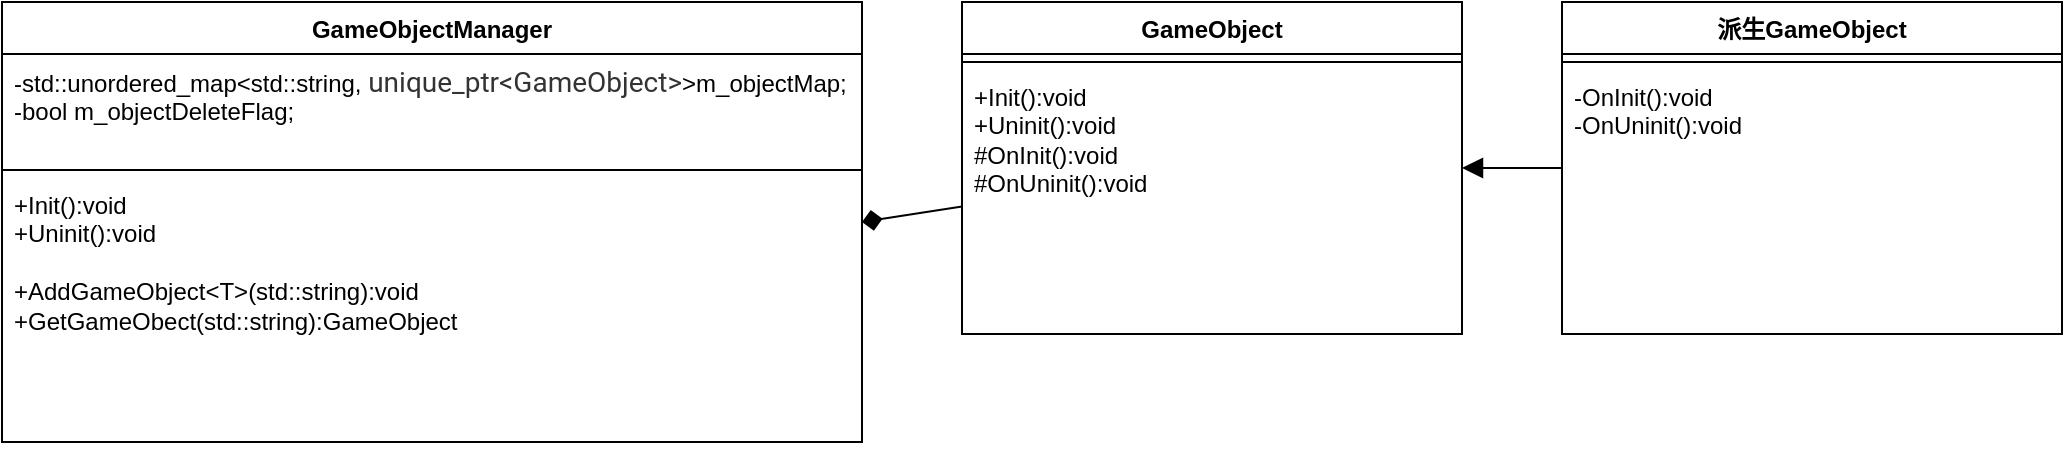
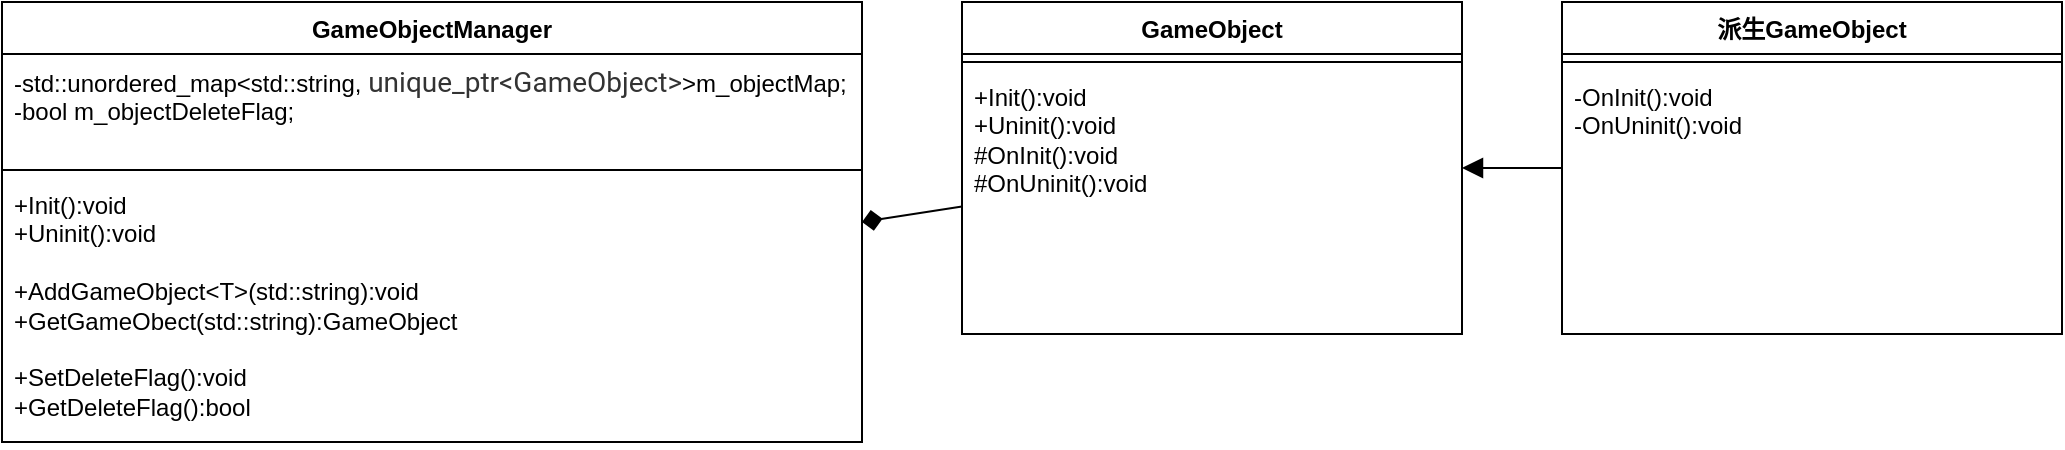
<mxfile host="app.diagrams.net">
  <diagram name="ページ-1" id="3FtfRQ7UO4VPT2bXUK-G">
-     <mxGraphModel dx="4138" dy="1874" grid="1" gridSize="10" guides="1" tooltips="1" connect="1" arrows="1" fold="1" page="1" pageScale="1" pageWidth="827" pageHeight="1169" math="0" shadow="0">
+     <mxGraphModel dx="1427" dy="646" grid="1" gridSize="10" guides="1" tooltips="1" connect="1" arrows="1" fold="1" page="1" pageScale="1" pageWidth="827" pageHeight="1169" math="0" shadow="0">
      <root>
        <mxCell id="0" />
        <mxCell id="1" parent="0" />
        <mxCell id="ejeEYgNNTc2L-esswQbN-6" parent="1" style="swimlane;fontStyle=1;align=center;verticalAlign=top;childLayout=stackLayout;horizontal=1;startSize=26;horizontalStack=0;resizeParent=1;resizeParentMax=0;resizeLast=0;collapsible=1;marginBottom=0;whiteSpace=wrap;html=1;" value="GameObjectManager" vertex="1">
          <mxGeometry height="220" width="430" x="30" y="340" as="geometry">
            <mxRectangle height="30" width="160" x="30" y="340" as="alternateBounds" />
          </mxGeometry>
        </mxCell>
        <mxCell id="ejeEYgNNTc2L-esswQbN-7" parent="ejeEYgNNTc2L-esswQbN-6" style="text;strokeColor=none;fillColor=none;align=left;verticalAlign=top;spacingLeft=4;spacingRight=4;overflow=hidden;rotatable=0;points=[[0,0.5],[1,0.5]];portConstraint=eastwest;whiteSpace=wrap;html=1;" value="-std::unordered_map&amp;lt;std::string,&amp;nbsp;&lt;span style=&quot;color: rgba(0, 0, 0, 0.8); font-family: Roboto, Helvetica, sans-serif; font-size: 14px; line-height: 100%;&quot;&gt;unique_ptr&amp;lt;GameObject&amp;gt;&lt;/span&gt;&amp;gt;m_objectMap;&lt;br&gt;-bool m_objectDeleteFlag;" vertex="1">
          <mxGeometry height="54" width="430" y="26" as="geometry" />
        </mxCell>
        <mxCell id="ejeEYgNNTc2L-esswQbN-8" parent="ejeEYgNNTc2L-esswQbN-6" style="line;strokeWidth=1;fillColor=none;align=left;verticalAlign=middle;spacingTop=-1;spacingLeft=3;spacingRight=3;rotatable=0;labelPosition=right;points=[];portConstraint=eastwest;strokeColor=inherit;" value="" vertex="1">
          <mxGeometry height="8" width="430" y="80" as="geometry" />
        </mxCell>
-         <mxCell id="ejeEYgNNTc2L-esswQbN-9" parent="ejeEYgNNTc2L-esswQbN-6" style="text;strokeColor=none;fillColor=none;align=left;verticalAlign=top;spacingLeft=4;spacingRight=4;overflow=hidden;rotatable=0;points=[[0,0.5],[1,0.5]];portConstraint=eastwest;whiteSpace=wrap;html=1;" value="+Init():void&lt;br&gt;+Uninit():void&lt;br&gt;&lt;br&gt;+AddGameObject&amp;lt;T&amp;gt;(std::string):void&lt;br&gt;+GetGameObect(std::string):GameObject" vertex="1">
+         <mxCell id="ejeEYgNNTc2L-esswQbN-9" parent="ejeEYgNNTc2L-esswQbN-6" style="text;strokeColor=none;fillColor=none;align=left;verticalAlign=top;spacingLeft=4;spacingRight=4;overflow=hidden;rotatable=0;points=[[0,0.5],[1,0.5]];portConstraint=eastwest;whiteSpace=wrap;html=1;" value="+Init():void&lt;br&gt;+Uninit():void&lt;br&gt;&lt;br&gt;+AddGameObject&amp;lt;T&amp;gt;(std::string):void&lt;br&gt;+GetGameObect(std::string):GameObject&lt;br&gt;&lt;br&gt;+SetDeleteFlag():void&lt;br&gt;+GetDeleteFlag():bool" vertex="1">
          <mxGeometry height="132" width="430" y="88" as="geometry" />
        </mxCell>
        <mxCell id="ejeEYgNNTc2L-esswQbN-17" edge="1" parent="1" source="ejeEYgNNTc2L-esswQbN-12" style="edgeStyle=none;curved=1;rounded=0;orthogonalLoop=1;jettySize=auto;html=1;entryX=1;entryY=0.5;entryDx=0;entryDy=0;fontSize=12;startSize=8;endSize=8;endArrow=diamond;endFill=1;" target="ejeEYgNNTc2L-esswQbN-6">
          <mxGeometry relative="1" as="geometry" />
        </mxCell>
        <mxCell id="ejeEYgNNTc2L-esswQbN-12" parent="1" style="swimlane;fontStyle=1;align=center;verticalAlign=top;childLayout=stackLayout;horizontal=1;startSize=26;horizontalStack=0;resizeParent=1;resizeParentMax=0;resizeLast=0;collapsible=1;marginBottom=0;whiteSpace=wrap;html=1;" value="GameObject" vertex="1">
          <mxGeometry height="166" width="250" x="510" y="340" as="geometry">
            <mxRectangle height="30" width="110" x="510" y="340" as="alternateBounds" />
          </mxGeometry>
        </mxCell>
        <mxCell id="ejeEYgNNTc2L-esswQbN-14" parent="ejeEYgNNTc2L-esswQbN-12" style="line;strokeWidth=1;fillColor=none;align=left;verticalAlign=middle;spacingTop=-1;spacingLeft=3;spacingRight=3;rotatable=0;labelPosition=right;points=[];portConstraint=eastwest;strokeColor=inherit;" value="" vertex="1">
          <mxGeometry height="8" width="250" y="26" as="geometry" />
        </mxCell>
        <mxCell id="ejeEYgNNTc2L-esswQbN-15" parent="ejeEYgNNTc2L-esswQbN-12" style="text;strokeColor=none;fillColor=none;align=left;verticalAlign=top;spacingLeft=4;spacingRight=4;overflow=hidden;rotatable=0;points=[[0,0.5],[1,0.5]];portConstraint=eastwest;whiteSpace=wrap;html=1;" value="+Init():void&lt;div&gt;+Uninit():void&amp;nbsp;&lt;br&gt;#OnInit():void&amp;nbsp;&lt;br&gt;#OnUninit():void&amp;nbsp;&lt;br&gt;&lt;br&gt;&lt;/div&gt;" vertex="1">
          <mxGeometry height="132" width="250" y="34" as="geometry" />
        </mxCell>
        <mxCell id="ejeEYgNNTc2L-esswQbN-21" edge="1" parent="1" source="ejeEYgNNTc2L-esswQbN-18" style="edgeStyle=none;curved=1;rounded=0;orthogonalLoop=1;jettySize=auto;html=1;entryX=1;entryY=0.5;entryDx=0;entryDy=0;fontSize=12;startSize=8;endSize=8;endArrow=block;endFill=1;" target="ejeEYgNNTc2L-esswQbN-12">
          <mxGeometry relative="1" as="geometry" />
        </mxCell>
        <mxCell id="ejeEYgNNTc2L-esswQbN-18" parent="1" style="swimlane;fontStyle=1;align=center;verticalAlign=top;childLayout=stackLayout;horizontal=1;startSize=26;horizontalStack=0;resizeParent=1;resizeParentMax=0;resizeLast=0;collapsible=1;marginBottom=0;whiteSpace=wrap;html=1;" value="派生GameObject" vertex="1">
          <mxGeometry height="166" width="250" x="810" y="340" as="geometry">
            <mxRectangle height="30" width="110" x="670" y="340" as="alternateBounds" />
          </mxGeometry>
        </mxCell>
        <mxCell id="ejeEYgNNTc2L-esswQbN-19" parent="ejeEYgNNTc2L-esswQbN-18" style="line;strokeWidth=1;fillColor=none;align=left;verticalAlign=middle;spacingTop=-1;spacingLeft=3;spacingRight=3;rotatable=0;labelPosition=right;points=[];portConstraint=eastwest;strokeColor=inherit;" value="" vertex="1">
          <mxGeometry height="8" width="250" y="26" as="geometry" />
        </mxCell>
        <mxCell id="ejeEYgNNTc2L-esswQbN-20" parent="ejeEYgNNTc2L-esswQbN-18" style="text;strokeColor=none;fillColor=none;align=left;verticalAlign=top;spacingLeft=4;spacingRight=4;overflow=hidden;rotatable=0;points=[[0,0.5],[1,0.5]];portConstraint=eastwest;whiteSpace=wrap;html=1;" value="&lt;div&gt;-OnInit():void&lt;br&gt;-OnUninit():void&lt;/div&gt;" vertex="1">
          <mxGeometry height="132" width="250" y="34" as="geometry" />
        </mxCell>
      </root>
    </mxGraphModel>
  </diagram>
</mxfile>
